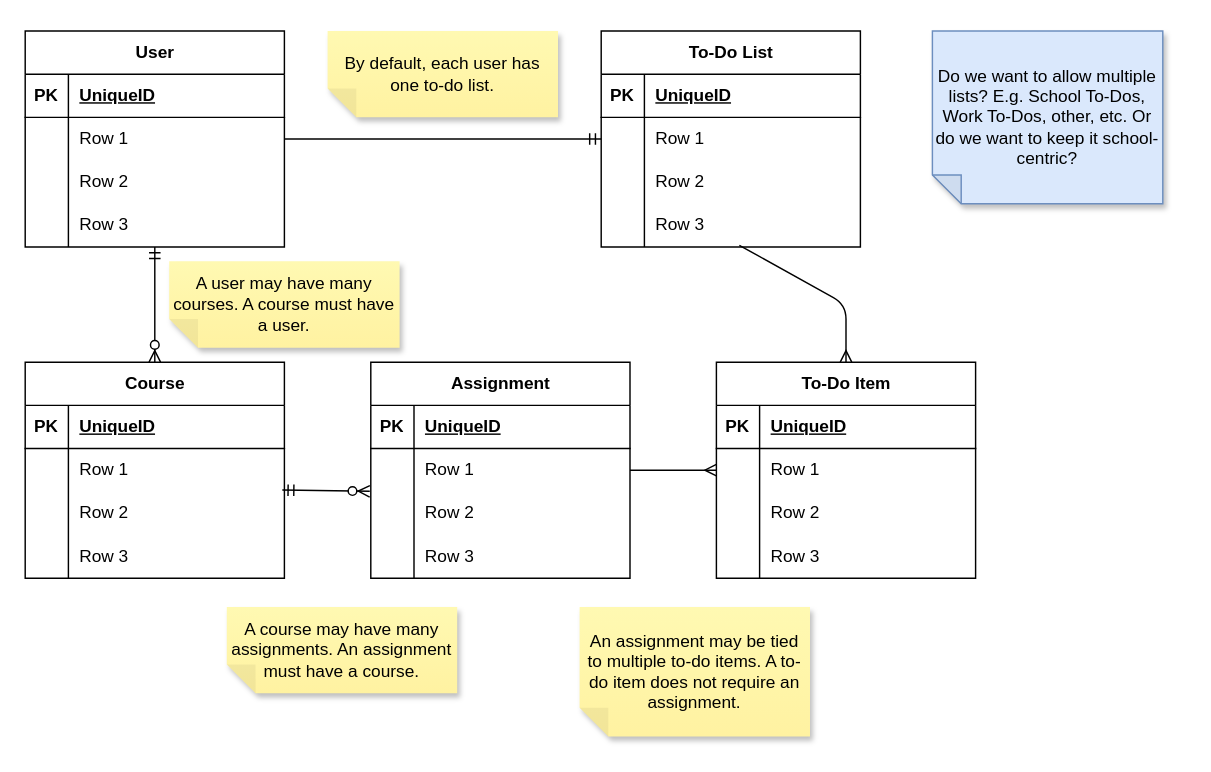
Before: notion/cloud_mobile/planning/database.drawio in MateoTomaszeuski/Spring2025-FinalProject, a draw.io diagram. Source tidied: cells renumbered, new cells numbered last; positions are measured from the earlier drawing's top-left corner, leaving out a move shared by most shapes. Both pictures are drawn from the tidied source at 144%, with x=0, y=0 at pixel (24, 30).
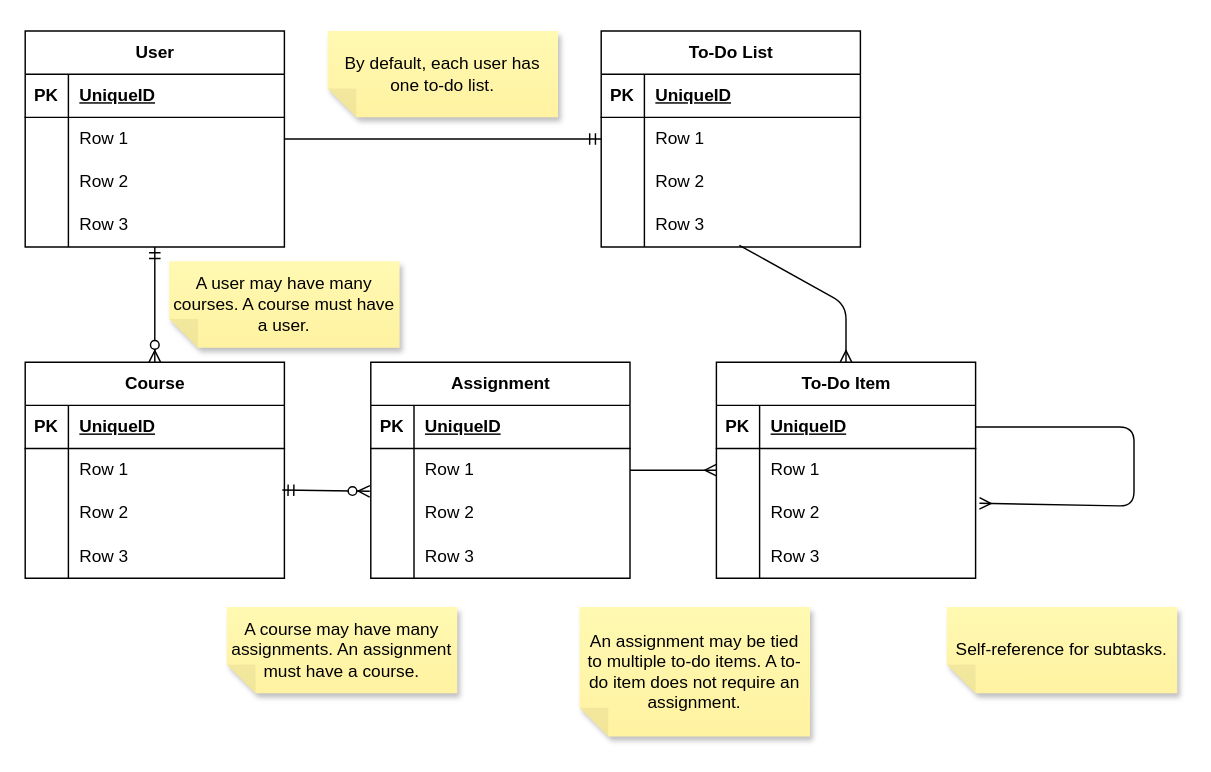
The same diagram, later.

The change refers to these unchanged cells:
```xml
<mxCell id="41" value="To-Do Item" style="shape=table;startSize=30;childLayout=tableLayout;rowLines=0;fontStyle=1;align=center;html=1;" parent="1" vertex="1">
  <mxGeometry x="480" y="230" width="180" height="150" as="geometry" />
</mxCell>
<mxCell id="42" style="shape=tableRow;horizontal=0;startSize=0;swimlaneHead=0;swimlaneBody=0;fillColor=none;points=[[0,0.5],[1,0.5]];portConstraint=eastwest;top=0;left=0;right=0;bottom=1;" parent="41" vertex="1">
  <mxGeometry y="30" width="180" height="30" as="geometry" />
</mxCell>
<mxCell id="48" style="shape=tableRow;horizontal=0;startSize=0;swimlaneHead=0;swimlaneBody=0;fillColor=none;points=[[0,0.5],[1,0.5]];portConstraint=eastwest;top=0;left=0;right=0;bottom=0;" parent="41" vertex="1">
  <mxGeometry y="90" width="180" height="30" as="geometry" />
</mxCell>
```

The edit, as a diff of the source:
```diff
@@
+    <mxCell id="77" style="fontSize=12;html=1;endArrow=ERmany;exitX=1;exitY=0.5;exitDx=0;exitDy=0;entryX=1.015;entryY=0.267;entryDx=0;entryDy=0;entryPerimeter=0;" parent="41" edge="1" source="42" target="48">
+      <mxGeometry relative="1" as="geometry">
+        <Array as="points">
+          <mxPoint x="290" y="45" />
+          <mxPoint x="290" y="100" />
+        </Array>
+      </mxGeometry>
+    </mxCell>
@@
-    <mxCell id="76" value="Do we want to allow multiple lists? E.g. School To-Dos, Work To-Dos, other, etc. Or do we want to keep it school-centric?" style="shape=note;whiteSpace=wrap;html=1;backgroundOutline=1;darkOpacity=0.05;fillColor=#dae8fc;strokeColor=#6c8ebf;fillStyle=solid;direction=west;gradientDirection=north;shadow=1;size=20;" parent="1" vertex="1">
-      <mxGeometry x="630" width="160" height="120" as="geometry" />
-    </mxCell>
+    <mxCell id="78" value="Self-reference for subtasks." style="shape=note;whiteSpace=wrap;html=1;backgroundOutline=1;fontColor=#000000;darkOpacity=0.05;fillColor=#FFF9B2;strokeColor=none;fillStyle=solid;direction=west;gradientDirection=north;gradientColor=#FFF2A1;shadow=1;size=20;" parent="1" vertex="1">
+      <mxGeometry x="640" y="400" width="160" height="60" as="geometry" />
+    </mxCell>
```
